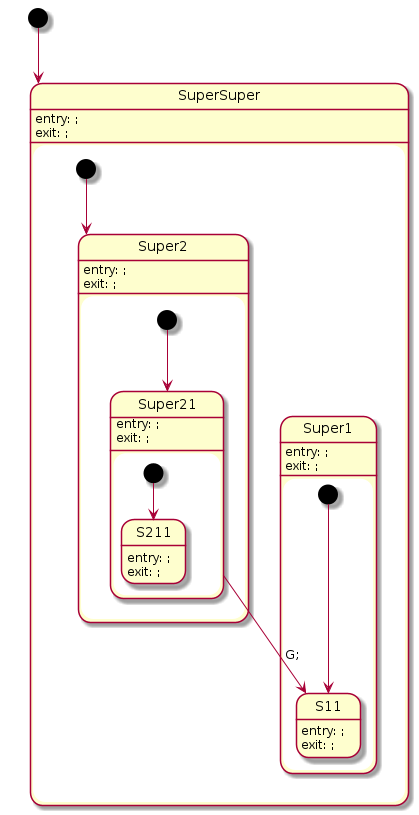
This is plantuml/hsm/samek0.png from melintea/upml, a PlantUML export, as it was before one commit. Its source is kept beside it as plantuml/hsm/samek0.plantuml.
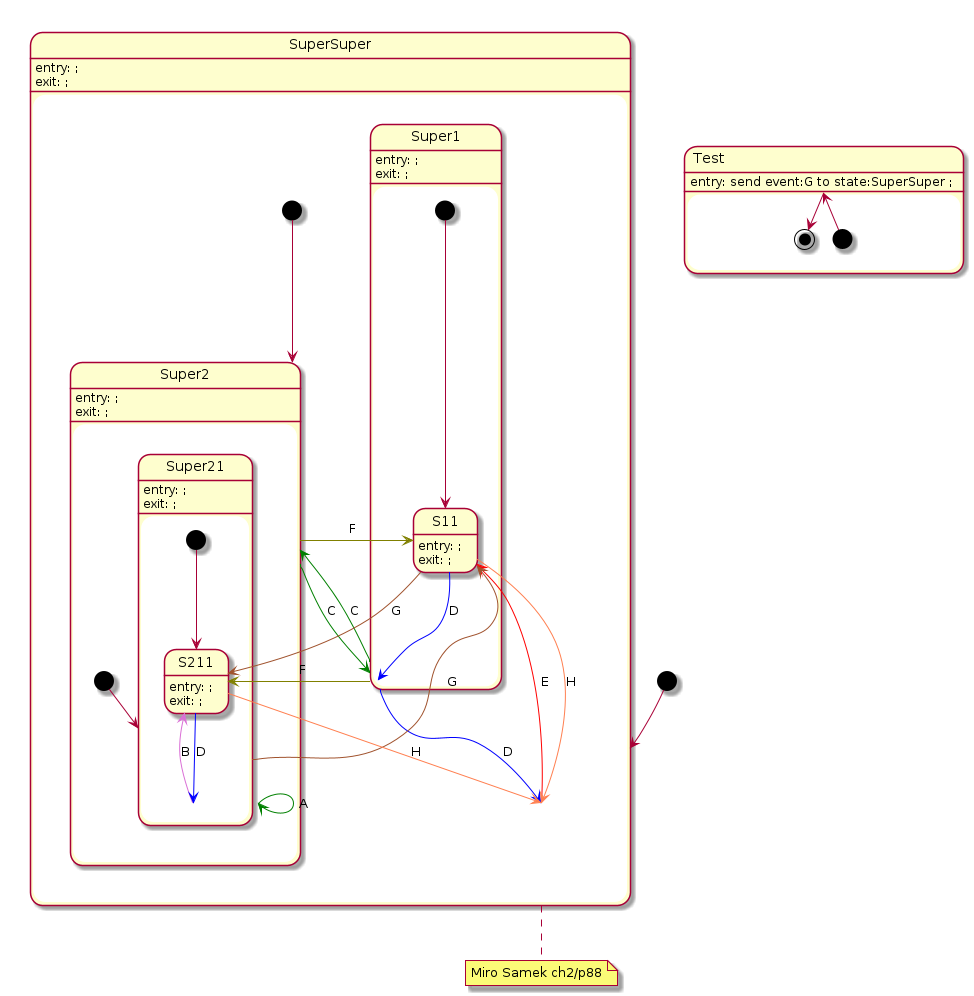
After the commit.

Diff of the diagram source:
```diff
@@ -1,6 +1,6 @@
 @startuml
 
-note top of SuperSuper
+note bottom of SuperSuper
  Miro Samek ch2/p88
 end note
 
```
